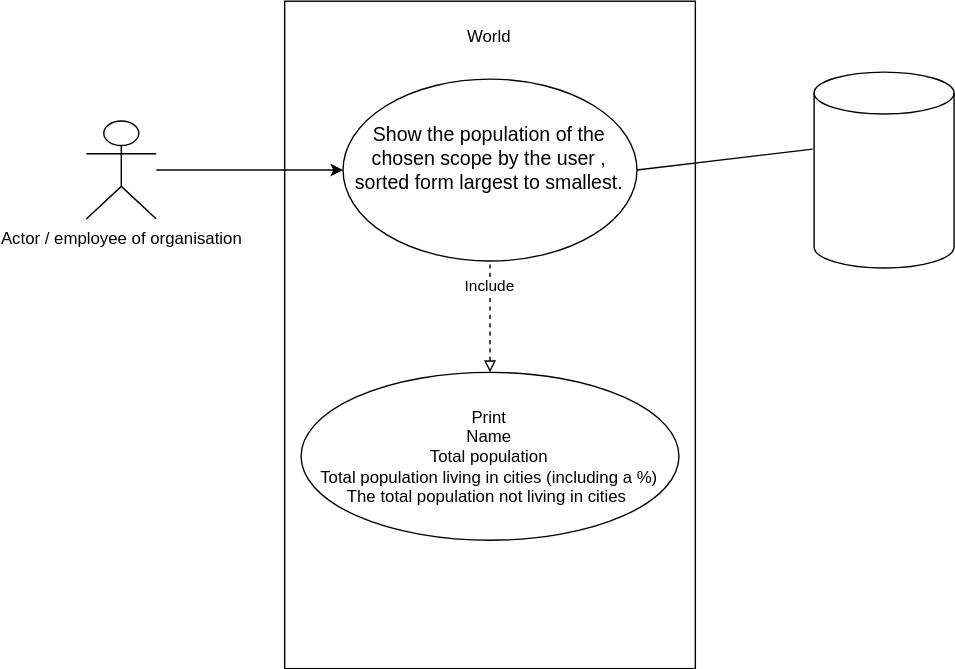
This is use-cases/populationDiagram.svg from RoryM18/sem_group20, a draw.io export, as it was before one commit. Source tidied: cells renumbered, new cells last; positions are measured from the earlier drawing's top-left corner, leaving out a move shared by most shapes.
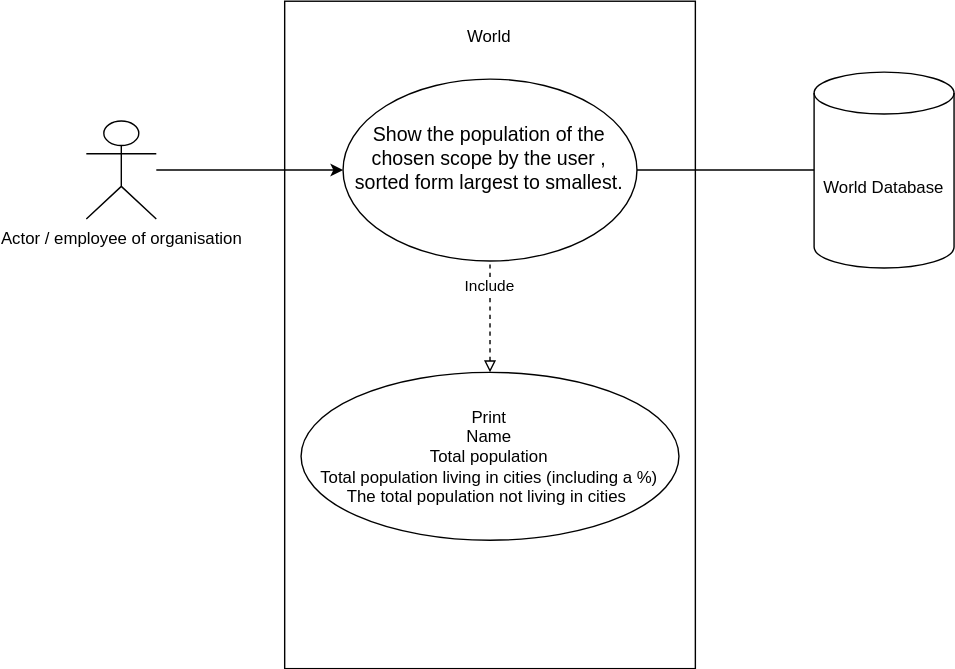
The same file after the commit.

What changed in the source:
```diff
@@ -23,10 +23,10 @@
     <mxCell id="8" value="Include&lt;br&gt;" style="endArrow=none;dashed=1;html=1;rounded=0;fontColor=#000000;exitX=0.5;exitY=0;exitDx=0;exitDy=0;entryX=0.5;entryY=1;entryDx=0;entryDy=0;startArrow=block;startFill=0;" parent="1" edge="1" source="7" target="6">
       <mxGeometry x="0.56" relative="1" as="geometry" />
     </mxCell>
-    <mxCell id="9" value="&lt;font color=&quot;#ffffff&quot;&gt;World Databse&lt;/font&gt;" style="shape=cylinder3;whiteSpace=wrap;html=1;boundedLbl=1;backgroundOutline=1;size=15;fontColor=#000000;" parent="1" vertex="1">
+    <mxCell id="9" value="&lt;font color=&quot;#030303&quot;&gt;World Database&lt;/font&gt;" style="shape=cylinder3;whiteSpace=wrap;html=1;boundedLbl=1;backgroundOutline=1;size=15;fontColor=#000000;" parent="1" vertex="1">
       <mxGeometry x="520" y="40" width="100" height="140" as="geometry" />
     </mxCell>
-    <mxCell id="10" style="endArrow=none;html=1;rounded=0;fontColor=#000000;exitX=1;exitY=0.5;exitDx=0;exitDy=0;entryX=-0.01;entryY=0.393;entryDx=0;entryDy=0;entryPerimeter=0;" parent="1" edge="1" source="6" target="9">
+    <mxCell id="10" style="endArrow=none;html=1;rounded=0;fontColor=#000000;exitX=1;exitY=0.5;exitDx=0;exitDy=0;entryX=0;entryY=0.5;entryDx=0;entryDy=0;entryPerimeter=0;" parent="1" edge="1" source="6" target="9">
       <mxGeometry relative="1" as="geometry" />
     </mxCell>
   </root>
```
